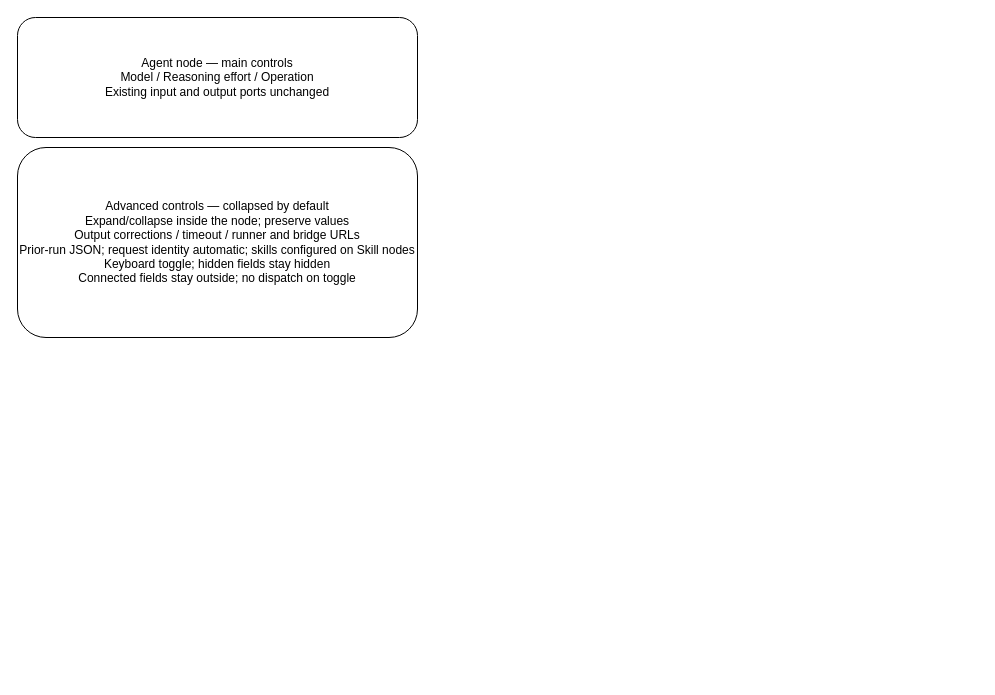
The draw.io diagram projects/laomedo/subsystems/agent-execution/design/agent-node-controls.drawio in amadou-6e/specs, before the edit. Source tidied: cells renumbered, new cells numbered last; positions are measured from the earlier drawing's top-left corner, leaving out a move shared by most shapes. Both pictures are drawn from the tidied source at 100%, with x=0, y=0 at pixel (17, 17).
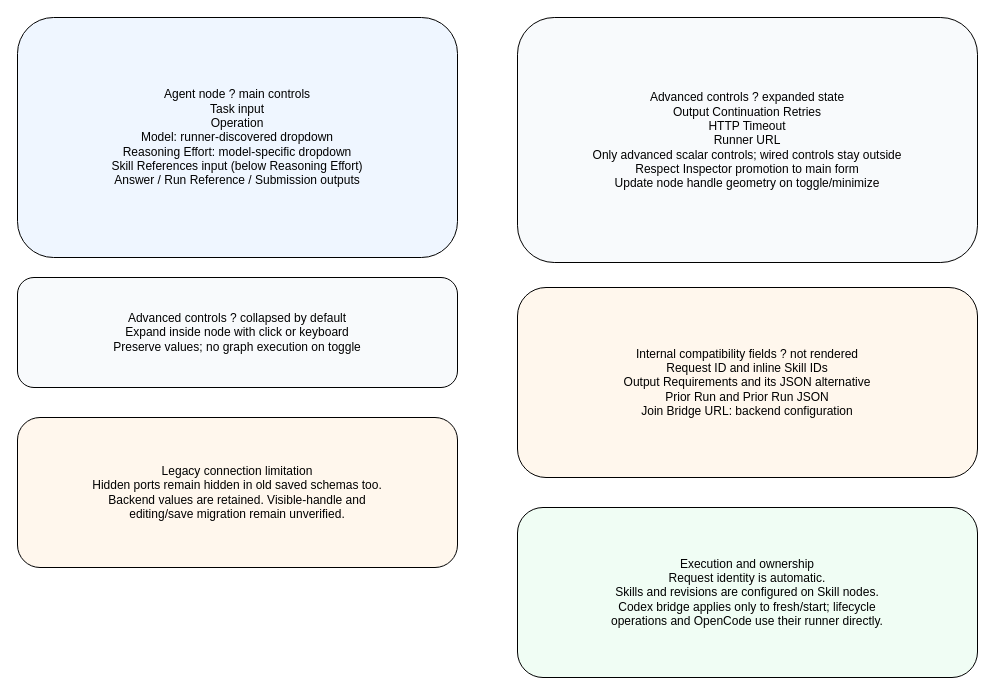
The same diagram, later.

Commit message (it also covers changes not shown here):
Align authoritative Agent layout with hidden controls and bridge scope

Diff of the diagram source:
```diff
@@
 <mxGraphModel>
   <root>
     <mxCell id="0" />
     <mxCell id="1" parent="0" />
-    <mxCell id="2" value="Agent node — main controls&#10;Model / Reasoning effort / Operation&#10;Existing input and output ports unchanged" style="rounded=1;whiteSpace=wrap;html=0;" parent="1" vertex="1">
-      <mxGeometry width="400" height="120" as="geometry" />
+    <mxCell id="2" value="Agent node ? main controls&#10;Task input&#10;Operation&#10;Model: runner-discovered dropdown&#10;Reasoning Effort: model-specific dropdown&#10;Skill References input (below Reasoning Effort)&#10;Answer / Run Reference / Submission outputs" style="rounded=1;whiteSpace=wrap;html=0;fillColor=#eff6ff;" parent="1" vertex="1">
+      <mxGeometry width="440" height="240" as="geometry" />
     </mxCell>
-    <mxCell id="3" value="Advanced controls — collapsed by default&#10;Expand/collapse inside the node; preserve values&#10;Output corrections / timeout / runner and bridge URLs&#10;Prior-run JSON; request identity automatic; skills configured on Skill nodes&#10;Keyboard toggle; hidden fields stay hidden&#10;Connected fields stay outside; no dispatch on toggle" style="rounded=1;whiteSpace=wrap;html=0;" parent="1" vertex="1">
-      <mxGeometry y="130" width="400" height="190" as="geometry" />
+    <mxCell id="3" value="Advanced controls ? collapsed by default&#10;Expand inside node with click or keyboard&#10;Preserve values; no graph execution on toggle" style="rounded=1;whiteSpace=wrap;html=0;fillColor=#f8fafc;" parent="1" vertex="1">
+      <mxGeometry y="260" width="440" height="110" as="geometry" />
     </mxCell>
+    <mxCell id="4" value="Advanced controls ? expanded state&#10;Output Continuation Retries&#10;HTTP Timeout&#10;Runner URL&#10;Only advanced scalar controls; wired controls stay outside&#10;Respect Inspector promotion to main form&#10;Update node handle geometry on toggle/minimize" style="rounded=1;whiteSpace=wrap;html=0;fillColor=#f8fafc;" parent="1" vertex="1">
+      <mxGeometry x="500" width="460" height="245" as="geometry" />
+    </mxCell>
+    <mxCell id="5" value="Internal compatibility fields ? not rendered&#10;Request ID and inline Skill IDs&#10;Output Requirements and its JSON alternative&#10;Prior Run and Prior Run JSON&#10;Join Bridge URL: backend configuration" style="rounded=1;whiteSpace=wrap;html=0;fillColor=#fff7ed;" parent="1" vertex="1">
+      <mxGeometry x="500" y="270" width="460" height="190" as="geometry" />
+    </mxCell>
+    <mxCell id="6" value="Legacy connection limitation&#10;Hidden ports remain hidden in old saved schemas too.&#10;Backend values are retained. Visible-handle and&#10;editing/save migration remain unverified." style="rounded=1;whiteSpace=wrap;html=0;fillColor=#fff7ed;" parent="1" vertex="1">
+      <mxGeometry y="400" width="440" height="150" as="geometry" />
+    </mxCell>
+    <mxCell id="7" value="Execution and ownership&#10;Request identity is automatic.&#10;Skills and revisions are configured on Skill nodes.&#10;Codex bridge applies only to fresh/start; lifecycle&#10;operations and OpenCode use their runner directly." style="rounded=1;whiteSpace=wrap;html=0;fillColor=#f0fdf4;" parent="1" vertex="1">
+      <mxGeometry x="500" y="490" width="460" height="170" as="geometry" />
+    </mxCell>
   </root>
 </mxGraphModel>
```
